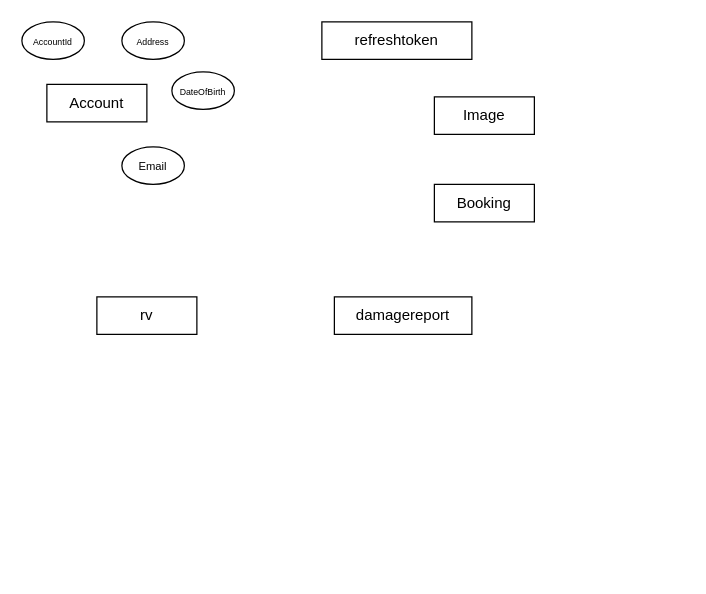
JasonDinh345/RV-Solutions keeps this draw.io diagram as RVSolutions.drawio. Above is the earlier version. Source tidied: cells renumbered, new cells numbered last; positions are measured from the earlier drawing's top-left corner, leaving out a move shared by most shapes. Both pictures are drawn from the tidied source at 125%, with x=0, y=0 at pixel (21, 21).
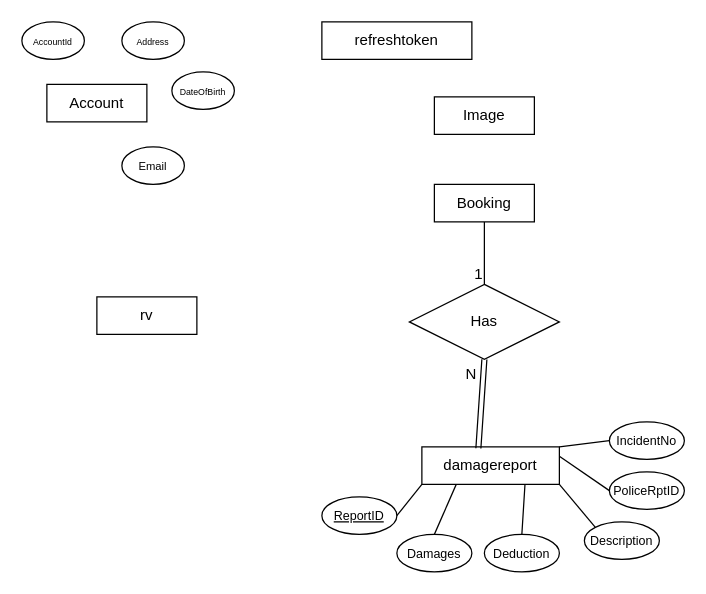
After the change.

Unchanged cells that the change refers to:
```xml
<mxCell id="3" value="&lt;div&gt;Booking&lt;/div&gt;" style="rounded=0;whiteSpace=wrap;html=1;" parent="1" vertex="1">
  <mxGeometry x="330" y="130" width="80" height="30" as="geometry" />
</mxCell>
```

Diff of the diagram source:
```diff
@@
-    <mxCell id="6" value="&lt;div&gt;damagereport&lt;/div&gt;" style="rounded=0;whiteSpace=wrap;html=1;" parent="1" vertex="1">
-      <mxGeometry x="250" y="220" width="110" height="30" as="geometry" />
-    </mxCell>
@@
+    <mxCell id="12" value="Has" style="shape=rhombus;perimeter=rhombusPerimeter;whiteSpace=wrap;html=1;align=center;" parent="1" vertex="1">
+      <mxGeometry x="310" y="210" width="120" height="60" as="geometry" />
+    </mxCell>
+    <mxCell id="13" style="group;" parent="1" vertex="1">
+      <mxGeometry x="240" y="320" width="290" height="120" as="geometry" />
+    </mxCell>
+    <mxCell id="6" value="&lt;div&gt;damagereport&lt;/div&gt;" style="rounded=0;whiteSpace=wrap;html=1;" parent="13" vertex="1">
+      <mxGeometry x="80" y="20" width="110" height="30" as="geometry" />
+    </mxCell>
+    <mxCell id="14" value="ReportID" style="ellipse;whiteSpace=wrap;html=1;align=center;fontStyle=4;fontSize=10;" parent="13" vertex="1">
+      <mxGeometry y="60" width="60" height="30" as="geometry" />
+    </mxCell>
+    <mxCell id="15" value="Damages" style="ellipse;whiteSpace=wrap;html=1;align=center;fontSize=10;" parent="13" vertex="1">
+      <mxGeometry x="60" y="90" width="60" height="30" as="geometry" />
+    </mxCell>
+    <mxCell id="16" value="Deduction" style="ellipse;whiteSpace=wrap;html=1;align=center;fontSize=10;" parent="13" vertex="1">
+      <mxGeometry x="130" y="90" width="60" height="30" as="geometry" />
+    </mxCell>
+    <mxCell id="17" value="Description" style="ellipse;whiteSpace=wrap;html=1;align=center;fontSize=10;" parent="13" vertex="1">
+      <mxGeometry x="210" y="80" width="60" height="30" as="geometry" />
+    </mxCell>
+    <mxCell id="18" value="PoliceRptID" style="ellipse;whiteSpace=wrap;html=1;align=center;fontSize=10;" parent="13" vertex="1">
+      <mxGeometry x="230" y="40" width="60" height="30" as="geometry" />
+    </mxCell>
+    <mxCell id="19" style="endArrow=none;html=1;rounded=0;entryX=0;entryY=0.5;entryDx=0;entryDy=0;exitX=1;exitY=0.25;exitDx=0;exitDy=0;" parent="13" edge="1" source="6" target="18">
+      <mxGeometry relative="1" as="geometry" />
+    </mxCell>
+    <mxCell id="20" style="endArrow=none;html=1;rounded=0;entryX=0;entryY=0;entryDx=0;entryDy=0;exitX=1;exitY=1;exitDx=0;exitDy=0;" parent="13" edge="1" source="6" target="17">
+      <mxGeometry relative="1" as="geometry" />
+    </mxCell>
+    <mxCell id="21" style="endArrow=none;html=1;rounded=0;entryX=0.75;entryY=1;entryDx=0;entryDy=0;exitX=0.5;exitY=0;exitDx=0;exitDy=0;" parent="13" edge="1" source="16" target="6">
+      <mxGeometry relative="1" as="geometry" />
+    </mxCell>
+    <mxCell id="22" style="endArrow=none;html=1;rounded=0;entryX=0.25;entryY=1;entryDx=0;entryDy=0;exitX=0.5;exitY=0;exitDx=0;exitDy=0;" parent="13" edge="1" source="15" target="6">
+      <mxGeometry relative="1" as="geometry" />
+    </mxCell>
+    <mxCell id="23" style="endArrow=none;html=1;rounded=0;entryX=0;entryY=1;entryDx=0;entryDy=0;exitX=1;exitY=0.5;exitDx=0;exitDy=0;" parent="13" edge="1" source="14" target="6">
+      <mxGeometry relative="1" as="geometry" />
+    </mxCell>
+    <mxCell id="24" value="IncidentNo" style="ellipse;whiteSpace=wrap;html=1;align=center;fontSize=10;" parent="13" vertex="1">
+      <mxGeometry x="230" width="60" height="30" as="geometry" />
+    </mxCell>
+    <mxCell id="25" style="endArrow=none;html=1;rounded=0;entryX=0;entryY=0.5;entryDx=0;entryDy=0;exitX=1;exitY=0;exitDx=0;exitDy=0;" parent="13" edge="1" source="6" target="24">
+      <mxGeometry relative="1" as="geometry" />
+    </mxCell>
+    <mxCell id="26" style="shape=link;html=1;rounded=0;entryX=0.5;entryY=1;entryDx=0;entryDy=0;exitX=0.411;exitY=0.04;exitDx=0;exitDy=0;exitPerimeter=0;" parent="1" edge="1" source="6" target="12">
+      <mxGeometry relative="1" as="geometry" />
+    </mxCell>
+    <mxCell id="27" value="N" style="html=1;whiteSpace=wrap;align=right;verticalAlign=bottom;" parent="26" vertex="1">
+      <mxGeometry x="1" relative="1" as="geometry">
+        <mxPoint x="-5" y="20" as="offset" />
+      </mxGeometry>
+    </mxCell>
+    <mxCell id="28" style="endArrow=none;html=1;rounded=0;entryX=0.5;entryY=0;entryDx=0;entryDy=0;exitX=0.5;exitY=1;exitDx=0;exitDy=0;" parent="1" edge="1" source="3" target="12">
+      <mxGeometry relative="1" as="geometry" />
+    </mxCell>
+    <mxCell id="29" value="1" style="html=1;whiteSpace=wrap;align=right;verticalAlign=bottom;" parent="28" vertex="1">
+      <mxGeometry x="1" relative="1" as="geometry" />
+    </mxCell>
```
